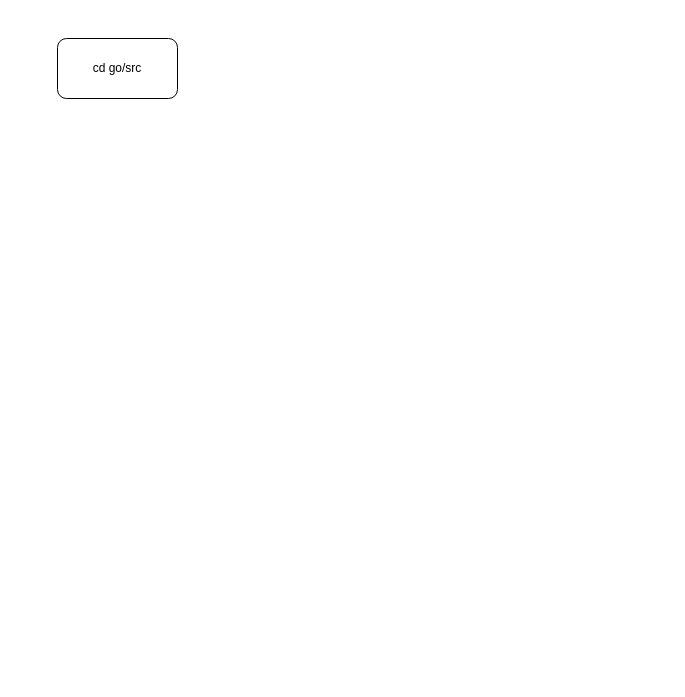
Earlier version of the draw.io diagram Golang-React-Todo/shi-golang-react-todo.drawio (shixinzhu/Diagrams). Source tidied: cells renumbered, new cells numbered last; positions are measured from the earlier drawing's top-left corner, leaving out a move shared by most shapes. Both pictures are drawn from the tidied source at 100%, with x=0, y=0 at pixel (57, 38).
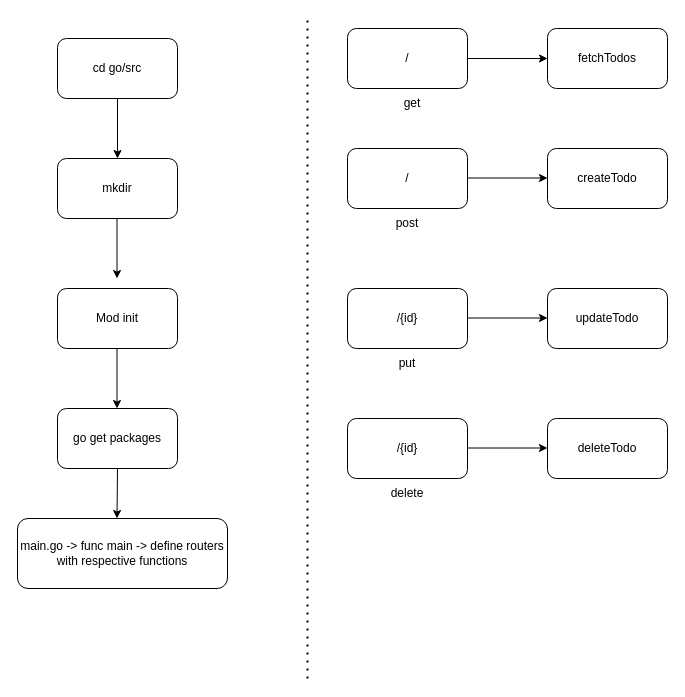
The same diagram, later.

Unchanged cells that the change refers to:
```xml
<mxCell id="2" value="cd go/src" style="rounded=1;whiteSpace=wrap;html=1;" parent="1" vertex="1">
  <mxGeometry width="120" height="60" as="geometry" />
</mxCell>
```

The edit, as a diff of the source:
```diff
@@
+    <mxCell id="3" value="mkdir" style="rounded=1;whiteSpace=wrap;html=1;" parent="1" vertex="1">
+      <mxGeometry y="120" width="120" height="60" as="geometry" />
+    </mxCell>
+    <mxCell id="4" value="Mod init" style="rounded=1;whiteSpace=wrap;html=1;" parent="1" vertex="1">
+      <mxGeometry y="250" width="120" height="60" as="geometry" />
+    </mxCell>
+    <mxCell id="5" value="go get packages" style="rounded=1;whiteSpace=wrap;html=1;" parent="1" vertex="1">
+      <mxGeometry y="370" width="120" height="60" as="geometry" />
+    </mxCell>
+    <mxCell id="6" style="endArrow=classic;html=1;rounded=0;exitX=0.5;exitY=1;exitDx=0;exitDy=0;entryX=0.5;entryY=0;entryDx=0;entryDy=0;" parent="1" edge="1" source="2" target="3">
+      <mxGeometry relative="1" as="geometry" />
+    </mxCell>
+    <mxCell id="7" style="endArrow=classic;html=1;rounded=0;exitX=0.5;exitY=1;exitDx=0;exitDy=0;entryX=0.5;entryY=0;entryDx=0;entryDy=0;" parent="1" edge="1">
+      <mxGeometry relative="1" as="geometry">
+        <mxPoint x="59.5" y="180" as="sourcePoint" />
+        <mxPoint x="59.5" y="240" as="targetPoint" />
+      </mxGeometry>
+    </mxCell>
+    <mxCell id="8" style="endArrow=classic;html=1;rounded=0;exitX=0.5;exitY=1;exitDx=0;exitDy=0;entryX=0.5;entryY=0;entryDx=0;entryDy=0;" parent="1" edge="1">
+      <mxGeometry relative="1" as="geometry">
+        <mxPoint x="59.5" y="310" as="sourcePoint" />
+        <mxPoint x="59.5" y="370" as="targetPoint" />
+      </mxGeometry>
+    </mxCell>
+    <mxCell id="9" style="endArrow=classic;html=1;rounded=0;exitX=0.5;exitY=1;exitDx=0;exitDy=0;entryX=0.5;entryY=0;entryDx=0;entryDy=0;" parent="1" edge="1" source="5">
+      <mxGeometry relative="1" as="geometry">
+        <mxPoint x="59.5" y="480" as="targetPoint" />
+      </mxGeometry>
+    </mxCell>
+    <mxCell id="10" value="main.go -&amp;gt; func main -&amp;gt; define routers with respective functions" style="rounded=1;whiteSpace=wrap;html=1;" parent="1" vertex="1">
+      <mxGeometry x="-40" y="480" width="210" height="70" as="geometry" />
+    </mxCell>
+    <mxCell id="11" style="endArrow=none;dashed=1;html=1;dashPattern=1 3;strokeWidth=2;rounded=0;" parent="1" edge="1">
+      <mxGeometry relative="1" as="geometry">
+        <mxPoint x="250" y="640" as="sourcePoint" />
+        <mxPoint x="250" y="-20" as="targetPoint" />
+      </mxGeometry>
+    </mxCell>
+    <mxCell id="12" value="/" style="rounded=1;whiteSpace=wrap;html=1;" parent="1" vertex="1">
+      <mxGeometry x="290" y="-10" width="120" height="60" as="geometry" />
+    </mxCell>
+    <mxCell id="13" value="/{id}" style="rounded=1;whiteSpace=wrap;html=1;" parent="1" vertex="1">
+      <mxGeometry x="290" y="380" width="120" height="60" as="geometry" />
+    </mxCell>
+    <mxCell id="14" value="/{id}" style="rounded=1;whiteSpace=wrap;html=1;" parent="1" vertex="1">
+      <mxGeometry x="290" y="250" width="120" height="60" as="geometry" />
+    </mxCell>
+    <mxCell id="15" value="/" style="rounded=1;whiteSpace=wrap;html=1;" parent="1" vertex="1">
+      <mxGeometry x="290" y="110" width="120" height="60" as="geometry" />
+    </mxCell>
+    <mxCell id="16" value="get" style="text;html=1;strokeColor=none;fillColor=none;align=center;verticalAlign=middle;whiteSpace=wrap;rounded=0;" parent="1" vertex="1">
+      <mxGeometry x="325" y="50" width="60" height="30" as="geometry" />
+    </mxCell>
+    <mxCell id="17" value="delete" style="text;html=1;strokeColor=none;fillColor=none;align=center;verticalAlign=middle;whiteSpace=wrap;rounded=0;" parent="1" vertex="1">
+      <mxGeometry x="320" y="440" width="60" height="30" as="geometry" />
+    </mxCell>
+    <mxCell id="18" value="put" style="text;html=1;strokeColor=none;fillColor=none;align=center;verticalAlign=middle;whiteSpace=wrap;rounded=0;" parent="1" vertex="1">
+      <mxGeometry x="320" y="310" width="60" height="30" as="geometry" />
+    </mxCell>
+    <mxCell id="19" value="post" style="text;html=1;strokeColor=none;fillColor=none;align=center;verticalAlign=middle;whiteSpace=wrap;rounded=0;" parent="1" vertex="1">
+      <mxGeometry x="320" y="170" width="60" height="30" as="geometry" />
+    </mxCell>
+    <mxCell id="20" style="endArrow=classic;html=1;rounded=0;" parent="1" edge="1">
+      <mxGeometry relative="1" as="geometry">
+        <mxPoint x="410" y="20" as="sourcePoint" />
+        <mxPoint x="490" y="20" as="targetPoint" />
+      </mxGeometry>
+    </mxCell>
+    <mxCell id="21" style="endArrow=classic;html=1;rounded=0;" parent="1" edge="1">
+      <mxGeometry relative="1" as="geometry">
+        <mxPoint x="410" y="139.5" as="sourcePoint" />
+        <mxPoint x="490" y="139.5" as="targetPoint" />
+      </mxGeometry>
+    </mxCell>
+    <mxCell id="22" style="endArrow=classic;html=1;rounded=0;" parent="1" edge="1">
+      <mxGeometry relative="1" as="geometry">
+        <mxPoint x="410" y="279.5" as="sourcePoint" />
+        <mxPoint x="490" y="279.5" as="targetPoint" />
+      </mxGeometry>
+    </mxCell>
+    <mxCell id="23" style="endArrow=classic;html=1;rounded=0;" parent="1" edge="1">
+      <mxGeometry relative="1" as="geometry">
+        <mxPoint x="410" y="409.5" as="sourcePoint" />
+        <mxPoint x="490" y="409.5" as="targetPoint" />
+      </mxGeometry>
+    </mxCell>
+    <mxCell id="24" value="fetchTodos" style="rounded=1;whiteSpace=wrap;html=1;" parent="1" vertex="1">
+      <mxGeometry x="490" y="-10" width="120" height="60" as="geometry" />
+    </mxCell>
+    <mxCell id="25" value="createTodo" style="rounded=1;whiteSpace=wrap;html=1;" parent="1" vertex="1">
+      <mxGeometry x="490" y="110" width="120" height="60" as="geometry" />
+    </mxCell>
+    <mxCell id="26" value="updateTodo" style="rounded=1;whiteSpace=wrap;html=1;" parent="1" vertex="1">
+      <mxGeometry x="490" y="250" width="120" height="60" as="geometry" />
+    </mxCell>
+    <mxCell id="27" value="deleteTodo" style="rounded=1;whiteSpace=wrap;html=1;" parent="1" vertex="1">
+      <mxGeometry x="490" y="380" width="120" height="60" as="geometry" />
+    </mxCell>
```
